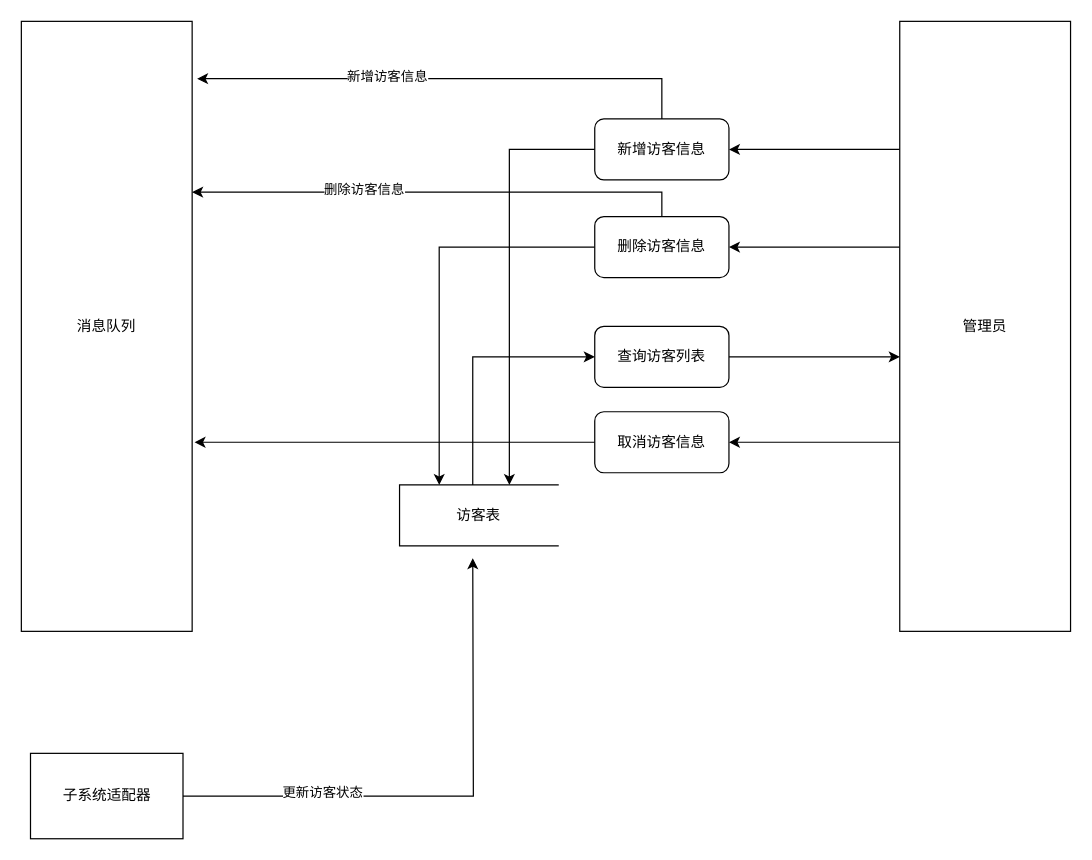
Earlier version of the draw.io diagram 访客管理.drawio (Alger-g/diagrams). Source tidied: cells renumbered, new cells numbered last; positions are measured from the earlier drawing's top-left corner, leaving out a move shared by most shapes. Both pictures are drawn from the tidied source at 122%, with x=0, y=0 at pixel (21, 21).
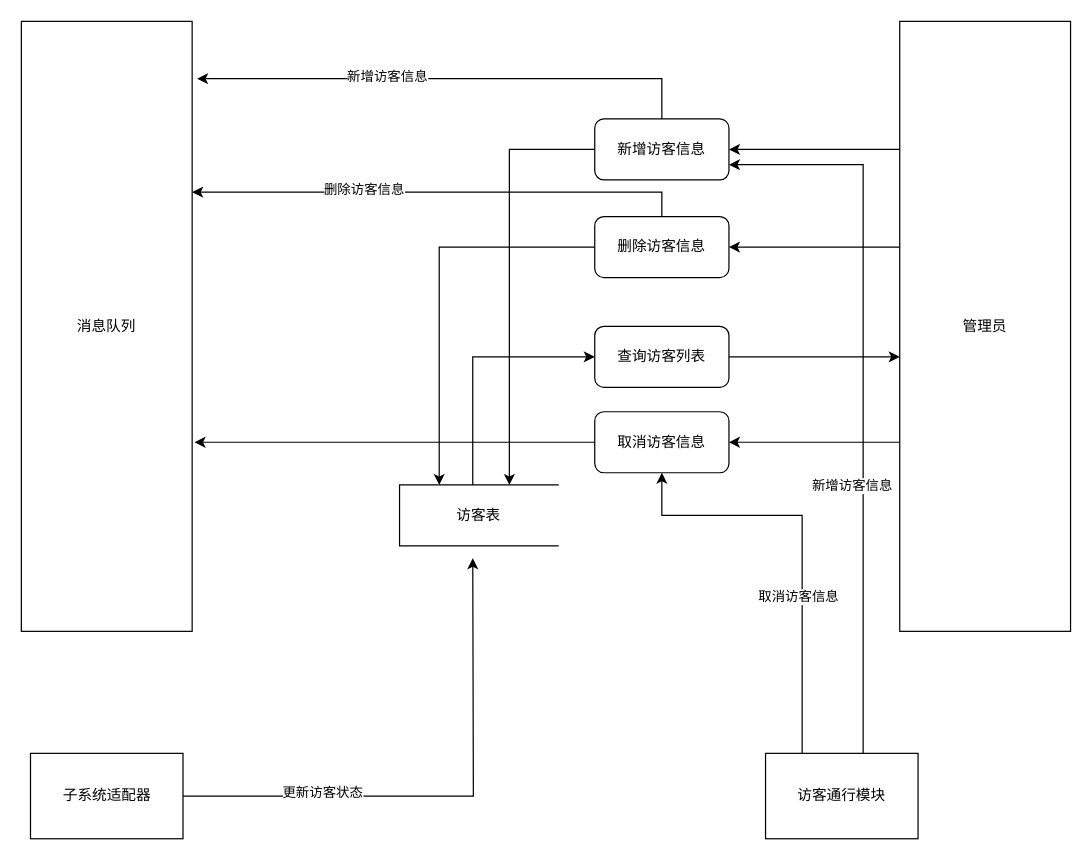
Above is the later version.

Commit message:
更新访客管理.drawio

The change refers to these unchanged cells:
```xml
<mxCell id="12" value="新增访客信息" style="rounded=1;whiteSpace=wrap;html=1;" parent="1" vertex="1">
  <mxGeometry x="470" y="80" width="110" height="50" as="geometry" />
</mxCell>
<mxCell id="19" value="取消访客信息" style="rounded=1;whiteSpace=wrap;html=1;" parent="1" vertex="1">
  <mxGeometry x="470" y="320" width="110" height="50" as="geometry" />
</mxCell>
```

What changed in the source:
```diff
@@
+    <mxCell id="24" style="edgeStyle=orthogonalEdgeStyle;rounded=0;jettySize=auto;html=1;entryX=1;entryY=0.75;entryDx=0;entryDy=0;" parent="1" edge="1" source="28" target="12">
+      <mxGeometry relative="1" as="geometry">
+        <Array as="points">
+          <mxPoint x="690" y="118" />
+        </Array>
+      </mxGeometry>
+    </mxCell>
+    <mxCell id="25" value="新增访客信息" style="edgeLabel;html=1;align=center;verticalAlign=middle;" parent="24" vertex="1">
+      <mxGeometry x="-0.26" relative="1" as="geometry">
+        <mxPoint x="-10" y="-1" as="offset" />
+      </mxGeometry>
+    </mxCell>
+    <mxCell id="26" style="edgeStyle=orthogonalEdgeStyle;rounded=0;jettySize=auto;html=1;" parent="1" edge="1" source="28" target="19">
+      <mxGeometry relative="1" as="geometry">
+        <Array as="points">
+          <mxPoint x="640" y="405" />
+          <mxPoint x="525" y="405" />
+        </Array>
+      </mxGeometry>
+    </mxCell>
+    <mxCell id="27" value="取消访客信息" style="edgeLabel;html=1;align=center;verticalAlign=middle;" parent="26" vertex="1">
+      <mxGeometry x="-0.25" y="4" relative="1" as="geometry" />
+    </mxCell>
+    <mxCell id="28" value="访客通行模块" style="rounded=0;whiteSpace=wrap;html=1;" parent="1" vertex="1">
+      <mxGeometry x="610" y="600" width="125" height="70" as="geometry" />
+    </mxCell>
```
